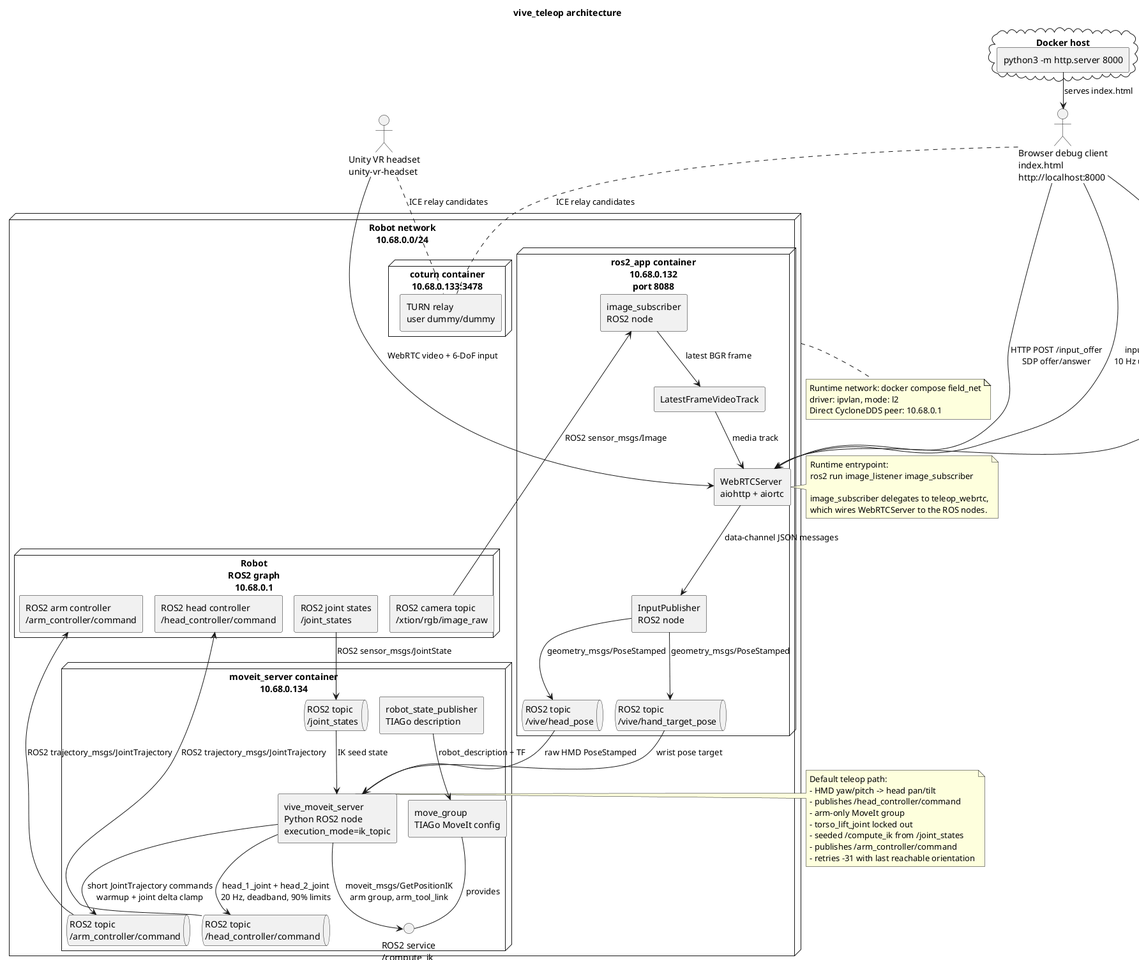
This is architecture.png from ichores-research/vive_teleop, a PlantUML export, as it was before one commit.
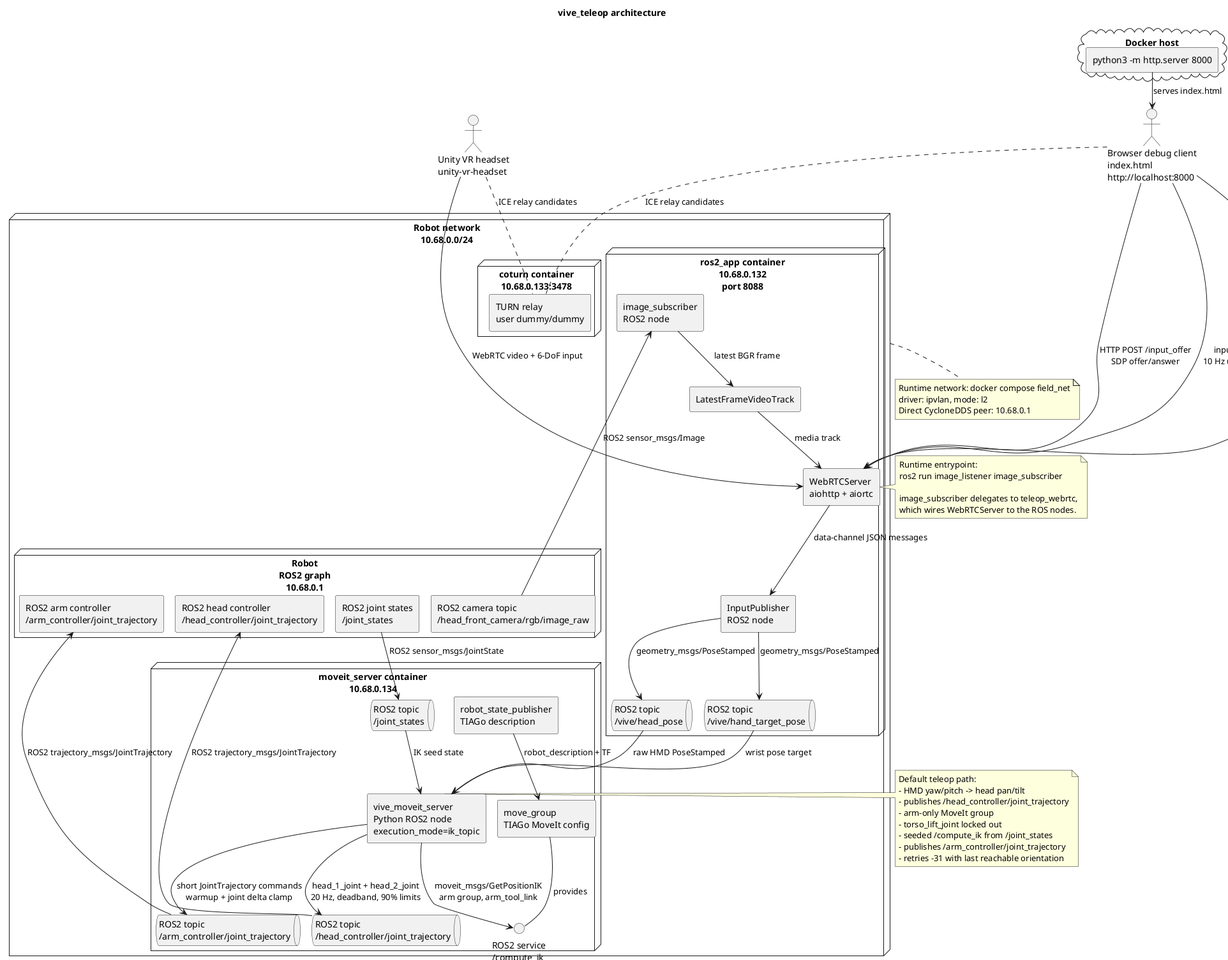
After the change.

Change to the diagram source:
```diff
@@ -11,10 +11,10 @@
 
 node "Robot network\n10.68.0.0/24" as Net {
   node "Robot\nROS2 graph\n10.68.0.1" as Robot {
-    component "ROS2 camera topic\n/xtion/rgb/image_raw" as RobotCamera
+    component "ROS2 camera topic\n/head_front_camera/rgb/image_raw" as RobotCamera
     component "ROS2 joint states\n/joint_states" as RobotJointStates
-    component "ROS2 arm controller\n/arm_controller/command" as RobotArmCommand
-    component "ROS2 head controller\n/head_controller/command" as RobotHeadCommand
+    component "ROS2 arm controller\n/arm_controller/joint_trajectory" as RobotArmCommand
+    component "ROS2 head controller\n/head_controller/joint_trajectory" as RobotHeadCommand
   }
 
   node "ros2_app container\n10.68.0.132\nport 8088" as Ros2App {
@@ -31,8 +31,8 @@
     component "move_group\nTIAGo MoveIt config" as MoveGroup
     component "vive_moveit_server\nPython ROS2 node\nexecution_mode=ik_topic" as MoveItServer
     queue "ROS2 topic\n/joint_states" as JointStateTopic
-    queue "ROS2 topic\n/head_controller/command" as HeadCommandTopic
-    queue "ROS2 topic\n/arm_controller/command" as ArmCommandTopic
+    queue "ROS2 topic\n/head_controller/joint_trajectory" as HeadCommandTopic
+    queue "ROS2 topic\n/arm_controller/joint_trajectory" as ArmCommandTopic
     interface "ROS2 service\n/compute_ik" as ComputeIkService
   }
 
@@ -84,11 +84,11 @@
 note right of MoveItServer
   Default teleop path:
   - HMD yaw/pitch -> head pan/tilt
-  - publishes /head_controller/command
+  - publishes /head_controller/joint_trajectory
   - arm-only MoveIt group
   - torso_lift_joint locked out
   - seeded /compute_ik from /joint_states
-  - publishes /arm_controller/command
+  - publishes /arm_controller/joint_trajectory
   - retries -31 with last reachable orientation
 end note
 
```
